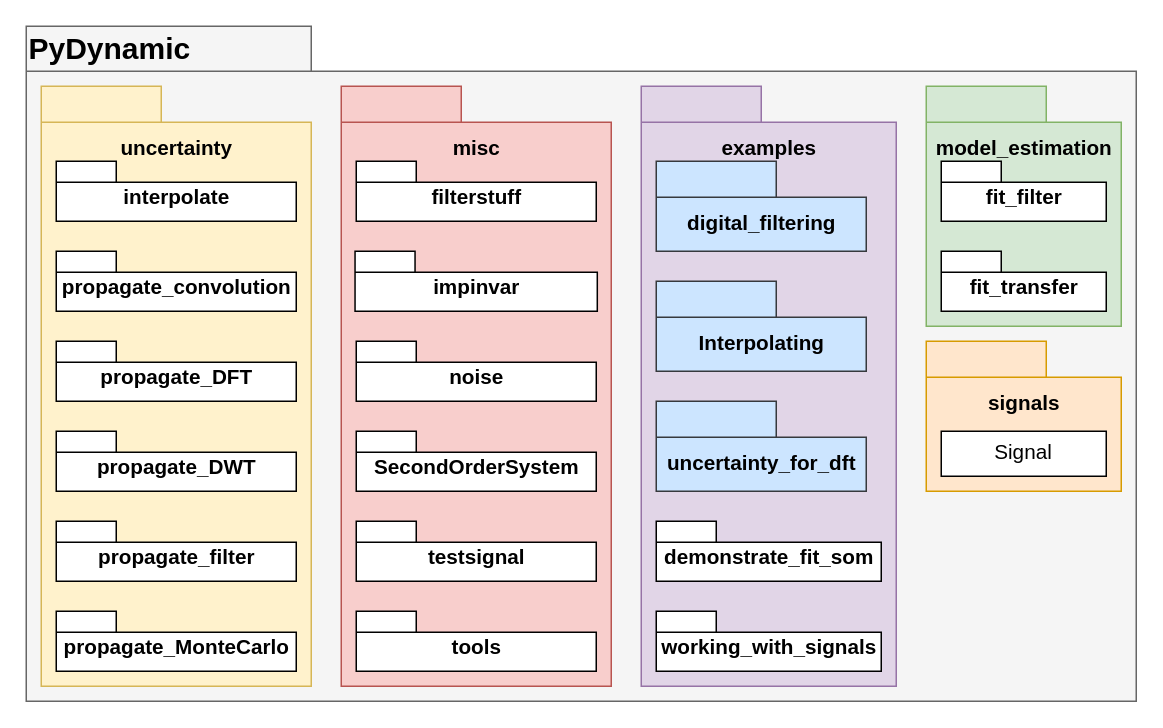
The draw.io diagram page "Page-1" (1 of 2) of docs/PyDynamic_module_diagram.drawio in PTB-M4D/PyDynamic, before the edit. Source tidied: cells renumbered, new cells numbered last; positions are measured from the earlier drawing's top-left corner, leaving out a move shared by most shapes. Both pictures are drawn from the tidied source at 150%, with x=0, y=0 at pixel (26, 26).
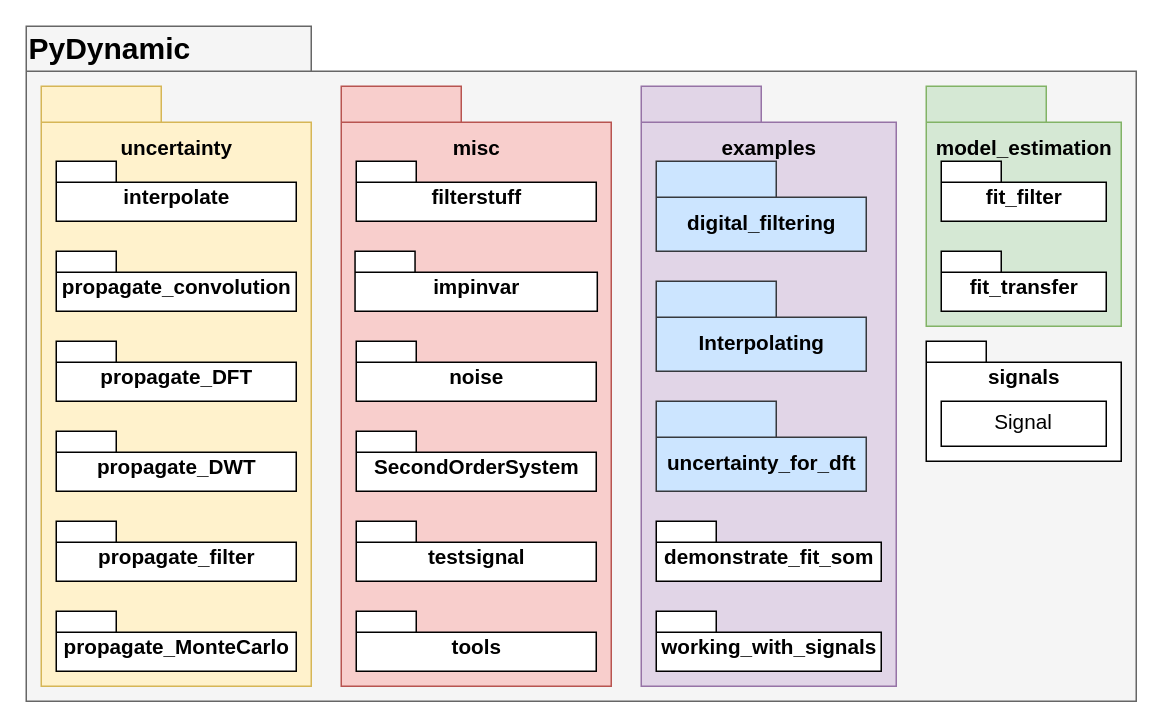
The same page after the edit.

Commit message (it also covers changes not shown here):
docs(module diagram): update module diagram to reflect signals.py module character to resolve #266

The change refers to these unchanged cells:
```xml
<mxCell id="10" style="group;fontSize=14;" parent="1" vertex="1">
  <mxGeometry width="730" height="440" as="geometry" />
</mxCell>
```

What changed in the source:
```diff
@@
-    <mxCell id="32" style="group;fontSize=13.8;fontFamily=Helvetica;" parent="1" vertex="1">
-      <mxGeometry x="600" y="210" width="140" height="100" as="geometry" />
-    </mxCell>
+    <mxCell id="35" style="group;" parent="10" vertex="1">
+      <mxGeometry x="600" y="210" width="130" height="80" as="geometry" />
+    </mxCell>
-    <mxCell id="33" value="&lt;br style=&quot;font-size: 13.8px;&quot;&gt;signals" style="shape=folder;fontStyle=1;spacingTop=10;tabWidth=80;tabHeight=24;tabPosition=left;html=1;rounded=0;shadow=0;comic=0;labelBackgroundColor=none;strokeWidth=1;fontFamily=Helvetica;fontSize=13.8;align=center;verticalAlign=top;fillColor=#ffe6cc;strokeColor=#d79b00;" parent="32" vertex="1">
-      <mxGeometry width="130" height="100" as="geometry" />
+    <mxCell id="33" value="signals" style="shape=folder;fontStyle=1;spacingTop=10;tabWidth=40;tabHeight=14;tabPosition=left;html=1;rounded=0;shadow=0;comic=0;labelBackgroundColor=none;strokeWidth=1;fontFamily=Helvetica;fontSize=13.8;align=center;verticalAlign=top;" parent="35" vertex="1">
+      <mxGeometry width="130" height="80" as="geometry" />
     </mxCell>
-    <mxCell id="34" value="Signal" style="rounded=0;whiteSpace=wrap;html=1;fontFamily=Helvetica;fontSize=13.8;" parent="32" vertex="1">
-      <mxGeometry x="10" y="60" width="110" height="30" as="geometry" />
+    <mxCell id="34" value="Signal" style="rounded=0;whiteSpace=wrap;html=1;fontFamily=Helvetica;fontSize=13.8;" parent="35" vertex="1">
+      <mxGeometry x="10" y="40" width="110" height="30" as="geometry" />
     </mxCell>
```
